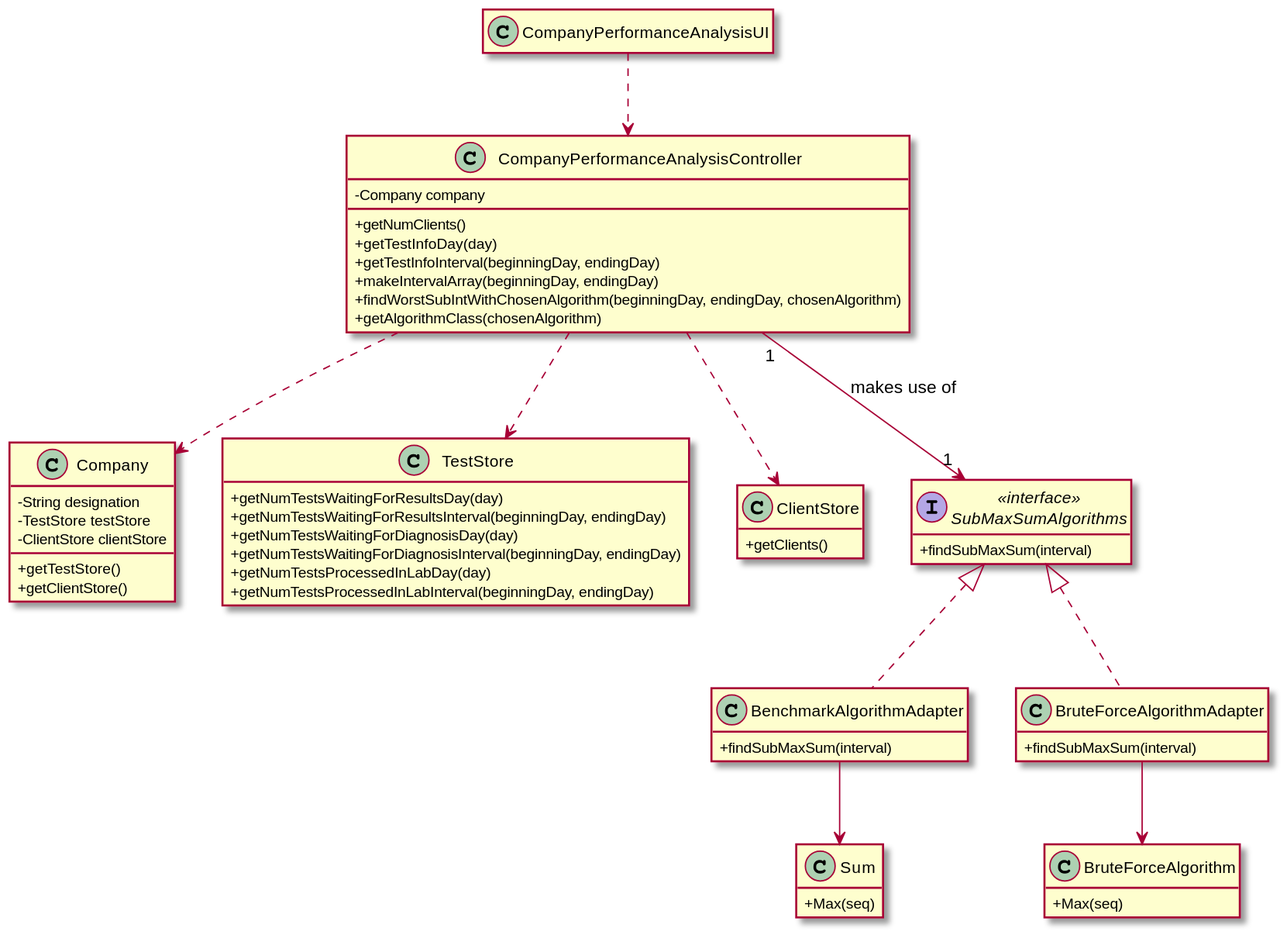
Before: docs/SprintD/US_16/US016_CD.svg, a diagram exported from PlantUML (ana-albergaria/LAPR2-ISEP).
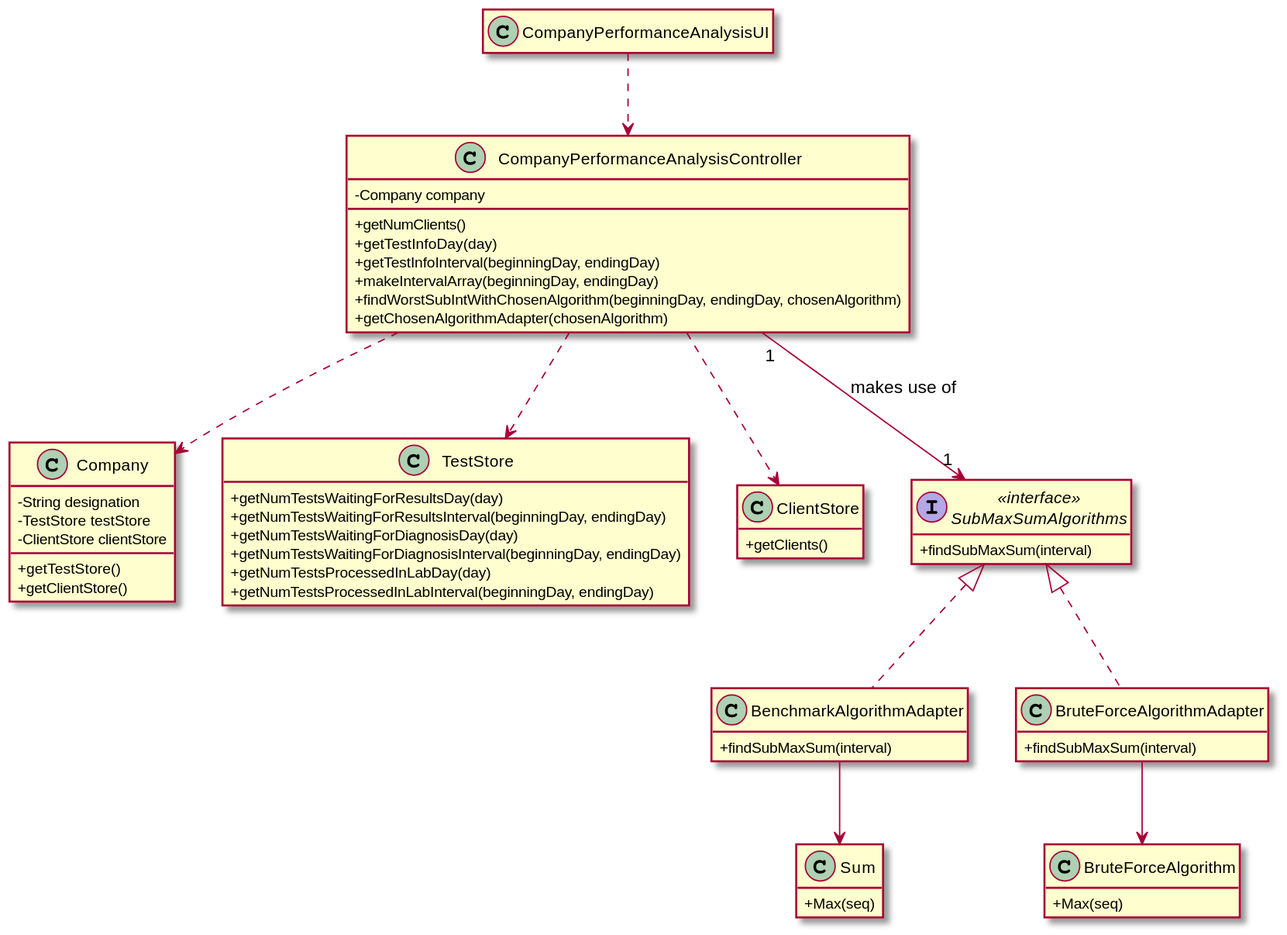
After the commit.

Change to the diagram source:
```diff
@@ -31,7 +31,7 @@
     +getTestInfoInterval(beginningDay, endingDay)
     +makeIntervalArray(beginningDay, endingDay)
     +findWorstSubIntWithChosenAlgorithm(beginningDay, endingDay, chosenAlgorithm)
-    +getAlgorithmClass(chosenAlgorithm)
+    +getChosenAlgorithmAdapter(chosenAlgorithm)
 }
 
 class CompanyPerformanceAnalysisUI{
```
